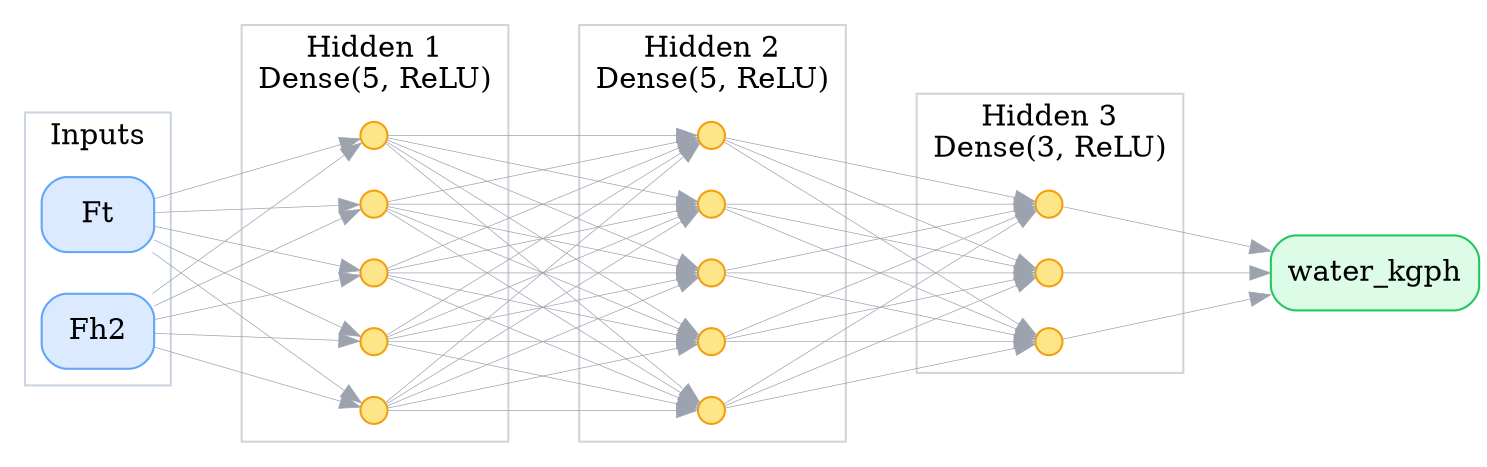
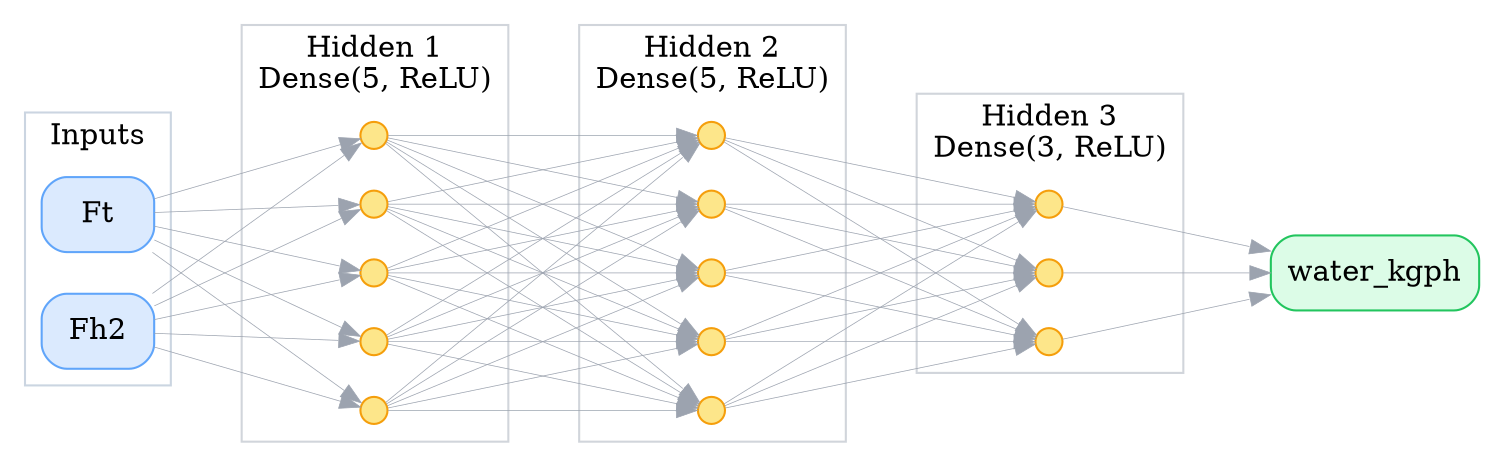
digraph water_kgph_network {
- 	nodesep=0.28 overlap=false rankdir=LR ranksep=0.7 splines=line
+ 	bgcolor=transparent nodesep=0.28 overlap=false rankdir=LR ranksep=0.7 splines=line
	subgraph cluster_inputs {
		color="#cbd5e1" label=Inputs
		in_0 [label=Ft color="#60a5fa" fillcolor="#dbeafe" shape=box style="rounded,filled"]
		in_1 [label=Fh2 color="#60a5fa" fillcolor="#dbeafe" shape=box style="rounded,filled"]
	}
	subgraph cluster_hidden_1 {
		color="#d1d5db" label="Hidden 1\nDense(5, ReLU)"
		h1_0 [label="" color="#f59e0b" fillcolor="#fde68a" height=0.18 shape=circle style=filled width=0.18]
		h1_1 [label="" color="#f59e0b" fillcolor="#fde68a" height=0.18 shape=circle style=filled width=0.18]
		h1_2 [label="" color="#f59e0b" fillcolor="#fde68a" height=0.18 shape=circle style=filled width=0.18]
		h1_3 [label="" color="#f59e0b" fillcolor="#fde68a" height=0.18 shape=circle style=filled width=0.18]
		h1_4 [label="" color="#f59e0b" fillcolor="#fde68a" height=0.18 shape=circle style=filled width=0.18]
	}
	in_0 -> h1_0 [color="#9ca3af" penwidth=0.35]
	in_0 -> h1_1 [color="#9ca3af" penwidth=0.35]
	in_0 -> h1_2 [color="#9ca3af" penwidth=0.35]
	in_0 -> h1_3 [color="#9ca3af" penwidth=0.35]
	in_0 -> h1_4 [color="#9ca3af" penwidth=0.35]
	in_1 -> h1_0 [color="#9ca3af" penwidth=0.35]
	in_1 -> h1_1 [color="#9ca3af" penwidth=0.35]
	in_1 -> h1_2 [color="#9ca3af" penwidth=0.35]
	in_1 -> h1_3 [color="#9ca3af" penwidth=0.35]
	in_1 -> h1_4 [color="#9ca3af" penwidth=0.35]
	subgraph cluster_hidden_2 {
		color="#d1d5db" label="Hidden 2\nDense(5, ReLU)"
		h2_0 [label="" color="#f59e0b" fillcolor="#fde68a" height=0.18 shape=circle style=filled width=0.18]
		h2_1 [label="" color="#f59e0b" fillcolor="#fde68a" height=0.18 shape=circle style=filled width=0.18]
		h2_2 [label="" color="#f59e0b" fillcolor="#fde68a" height=0.18 shape=circle style=filled width=0.18]
		h2_3 [label="" color="#f59e0b" fillcolor="#fde68a" height=0.18 shape=circle style=filled width=0.18]
		h2_4 [label="" color="#f59e0b" fillcolor="#fde68a" height=0.18 shape=circle style=filled width=0.18]
	}
	h1_0 -> h2_0 [color="#9ca3af" penwidth=0.35]
	h1_0 -> h2_1 [color="#9ca3af" penwidth=0.35]
	h1_0 -> h2_2 [color="#9ca3af" penwidth=0.35]
	h1_0 -> h2_3 [color="#9ca3af" penwidth=0.35]
	h1_0 -> h2_4 [color="#9ca3af" penwidth=0.35]
	h1_1 -> h2_0 [color="#9ca3af" penwidth=0.35]
	h1_1 -> h2_1 [color="#9ca3af" penwidth=0.35]
	h1_1 -> h2_2 [color="#9ca3af" penwidth=0.35]
	h1_1 -> h2_3 [color="#9ca3af" penwidth=0.35]
	h1_1 -> h2_4 [color="#9ca3af" penwidth=0.35]
	h1_2 -> h2_0 [color="#9ca3af" penwidth=0.35]
	h1_2 -> h2_1 [color="#9ca3af" penwidth=0.35]
	h1_2 -> h2_2 [color="#9ca3af" penwidth=0.35]
	h1_2 -> h2_3 [color="#9ca3af" penwidth=0.35]
	h1_2 -> h2_4 [color="#9ca3af" penwidth=0.35]
	h1_3 -> h2_0 [color="#9ca3af" penwidth=0.35]
	h1_3 -> h2_1 [color="#9ca3af" penwidth=0.35]
	h1_3 -> h2_2 [color="#9ca3af" penwidth=0.35]
	h1_3 -> h2_3 [color="#9ca3af" penwidth=0.35]
	h1_3 -> h2_4 [color="#9ca3af" penwidth=0.35]
	h1_4 -> h2_0 [color="#9ca3af" penwidth=0.35]
	h1_4 -> h2_1 [color="#9ca3af" penwidth=0.35]
	h1_4 -> h2_2 [color="#9ca3af" penwidth=0.35]
	h1_4 -> h2_3 [color="#9ca3af" penwidth=0.35]
	h1_4 -> h2_4 [color="#9ca3af" penwidth=0.35]
	subgraph cluster_hidden_3 {
		color="#d1d5db" label="Hidden 3\nDense(3, ReLU)"
		h3_0 [label="" color="#f59e0b" fillcolor="#fde68a" height=0.18 shape=circle style=filled width=0.18]
		h3_1 [label="" color="#f59e0b" fillcolor="#fde68a" height=0.18 shape=circle style=filled width=0.18]
		h3_2 [label="" color="#f59e0b" fillcolor="#fde68a" height=0.18 shape=circle style=filled width=0.18]
	}
	h2_0 -> h3_0 [color="#9ca3af" penwidth=0.35]
	h2_0 -> h3_1 [color="#9ca3af" penwidth=0.35]
	h2_0 -> h3_2 [color="#9ca3af" penwidth=0.35]
	h2_1 -> h3_0 [color="#9ca3af" penwidth=0.35]
	h2_1 -> h3_1 [color="#9ca3af" penwidth=0.35]
	h2_1 -> h3_2 [color="#9ca3af" penwidth=0.35]
	h2_2 -> h3_0 [color="#9ca3af" penwidth=0.35]
	h2_2 -> h3_1 [color="#9ca3af" penwidth=0.35]
	h2_2 -> h3_2 [color="#9ca3af" penwidth=0.35]
	h2_3 -> h3_0 [color="#9ca3af" penwidth=0.35]
	h2_3 -> h3_1 [color="#9ca3af" penwidth=0.35]
	h2_3 -> h3_2 [color="#9ca3af" penwidth=0.35]
	h2_4 -> h3_0 [color="#9ca3af" penwidth=0.35]
	h2_4 -> h3_1 [color="#9ca3af" penwidth=0.35]
	h2_4 -> h3_2 [color="#9ca3af" penwidth=0.35]
	out_0 [label=water_kgph color="#22c55e" fillcolor="#dcfce7" shape=box style="rounded,filled"]
	h3_0 -> out_0 [color="#9ca3af" penwidth=0.35]
	h3_1 -> out_0 [color="#9ca3af" penwidth=0.35]
	h3_2 -> out_0 [color="#9ca3af" penwidth=0.35]
}
